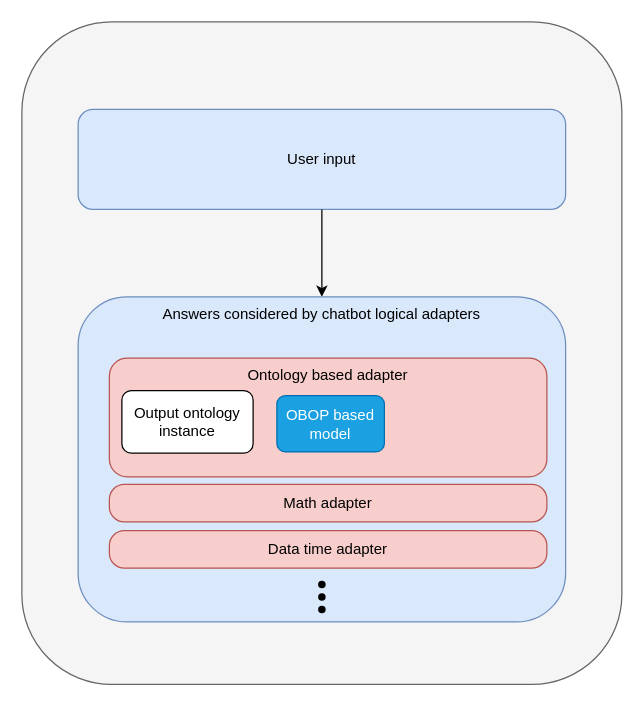
petkorutesic/chatbots_KGSWC-2023 keeps this draw.io diagram as img/architecture.drawio. Above is the earlier version. Source tidied: cells renumbered, new cells numbered last; positions are measured from the earlier drawing's top-left corner, leaving out a move shared by most shapes. Both pictures are drawn from the tidied source at 125%, with x=0, y=0 at pixel (21, 21).
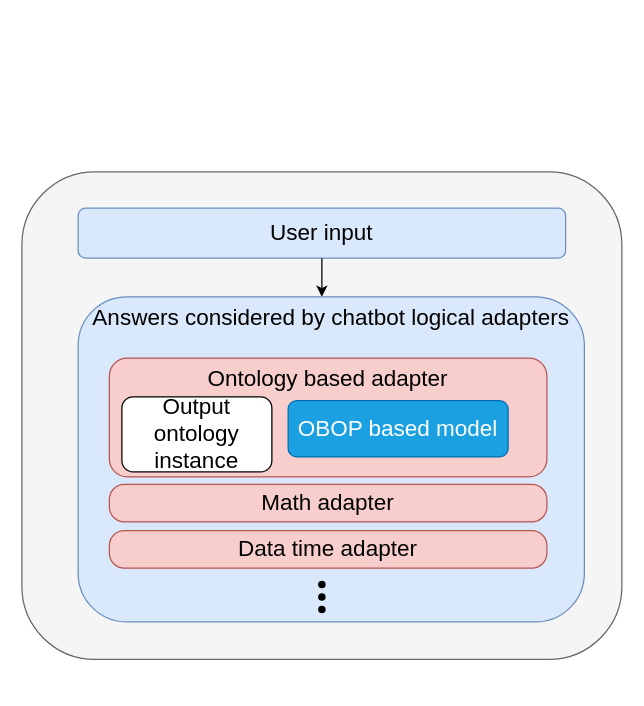
After the change.

Diff of the diagram source:
```diff
@@
 <mxGraphModel>
   <root>
     <mxCell id="0" />
     <mxCell id="1" parent="0" />
     <mxCell id="2" style="rounded=1;whiteSpace=wrap;html=1;fillColor=#f5f5f5;fontColor=#333333;strokeColor=#666666;" parent="1" vertex="1">
-      <mxGeometry width="480" height="530" as="geometry" />
+      <mxGeometry y="120" width="480" height="390" as="geometry" />
     </mxCell>
-    <mxCell id="3" value="User input" style="rounded=1;whiteSpace=wrap;html=1;fillColor=#dae8fc;strokeColor=#6c8ebf;" parent="1" vertex="1">
-      <mxGeometry x="45" y="70" width="390" height="80" as="geometry" />
+    <mxCell id="3" value="&lt;font style=&quot;font-size: 18px;&quot;&gt;User input&lt;/font&gt;" style="rounded=1;whiteSpace=wrap;html=1;fillColor=#dae8fc;strokeColor=#6c8ebf;fontSize=18;" parent="1" vertex="1">
+      <mxGeometry x="45" y="149" width="390" height="40" as="geometry" />
     </mxCell>
     <mxCell id="4" style="endArrow=classic;html=1;rounded=1;" parent="1" edge="1" source="3">
       <mxGeometry relative="1" as="geometry">
         <mxPoint x="240" y="220" as="targetPoint" />
       </mxGeometry>
     </mxCell>
-    <mxCell id="5" value="Answers considered by chatbot logical adapters" style="rounded=1;whiteSpace=wrap;html=1;fillColor=#dae8fc;strokeColor=#6c8ebf;verticalAlign=top;" parent="1" vertex="1">
-      <mxGeometry x="45" y="220" width="390" height="260" as="geometry" />
+    <mxCell id="5" value="&lt;font style=&quot;font-size: 18px;&quot;&gt;Answers considered by chatbot logical adapters&lt;/font&gt;" style="rounded=1;whiteSpace=wrap;html=1;fillColor=#dae8fc;strokeColor=#6c8ebf;verticalAlign=top;" parent="1" vertex="1">
+      <mxGeometry x="45" y="220" width="405" height="260" as="geometry" />
     </mxCell>
-    <mxCell id="6" value="Ontology based adapter" style="rounded=1;whiteSpace=wrap;html=1;fillColor=#f8cecc;strokeColor=#b85450;verticalAlign=top;" parent="1" vertex="1">
+    <mxCell id="6" value="&lt;font style=&quot;font-size: 18px;&quot;&gt;Ontology based adapter&lt;/font&gt;" style="rounded=1;whiteSpace=wrap;html=1;fillColor=#f8cecc;strokeColor=#b85450;verticalAlign=top;" parent="1" vertex="1">
       <mxGeometry x="70" y="269" width="350" height="95" as="geometry" />
     </mxCell>
-    <mxCell id="7" value="Output ontology instance" style="rounded=1;whiteSpace=wrap;html=1;" parent="1" vertex="1">
-      <mxGeometry x="80" y="295" width="105" height="50" as="geometry" />
+    <mxCell id="7" value="&lt;font style=&quot;font-size: 18px;&quot;&gt;Output ontology instance&lt;/font&gt;" style="rounded=1;whiteSpace=wrap;html=1;fontSize=16;" parent="1" vertex="1">
+      <mxGeometry x="80" y="300" width="120" height="60" as="geometry" />
     </mxCell>
-    <mxCell id="8" value="Math adapter" style="rounded=1;whiteSpace=wrap;html=1;fillColor=#f8cecc;strokeColor=#b85450;arcSize=40;" parent="1" vertex="1">
+    <mxCell id="8" value="&lt;font style=&quot;font-size: 18px;&quot;&gt;Math adapter&lt;/font&gt;" style="rounded=1;whiteSpace=wrap;html=1;fillColor=#f8cecc;strokeColor=#b85450;arcSize=40;" parent="1" vertex="1">
       <mxGeometry x="70" y="370" width="350" height="30" as="geometry" />
     </mxCell>
-    <mxCell id="9" value="Data time adapter" style="rounded=1;whiteSpace=wrap;html=1;fillColor=#f8cecc;strokeColor=#b85450;arcSize=40;" parent="1" vertex="1">
+    <mxCell id="9" value="&lt;font style=&quot;font-size: 18px;&quot;&gt;Data time adapter&lt;/font&gt;" style="rounded=1;whiteSpace=wrap;html=1;fillColor=#f8cecc;strokeColor=#b85450;arcSize=40;" parent="1" vertex="1">
       <mxGeometry x="70" y="407" width="350" height="30" as="geometry" />
     </mxCell>
     <mxCell id="10" style="shape=waypoint;fillStyle=solid;size=6;fillColor=none;perimeter=centerPerimeter;rounded=1;" parent="1" vertex="1">
       <mxGeometry x="220" y="430" width="40" height="40" as="geometry" />
     </mxCell>
     <mxCell id="11" style="shape=waypoint;fillStyle=solid;size=6;fillColor=none;perimeter=centerPerimeter;rounded=1;" parent="1" vertex="1">
       <mxGeometry x="220" y="440" width="40" height="40" as="geometry" />
     </mxCell>
     <mxCell id="12" style="shape=waypoint;fillStyle=solid;size=6;fillColor=none;perimeter=centerPerimeter;rounded=1;" parent="1" vertex="1">
       <mxGeometry x="220" y="450" width="40" height="40" as="geometry" />
     </mxCell>
-    <mxCell id="13" value="OBOP based model" style="rounded=1;whiteSpace=wrap;html=1;fillColor=#1ba1e2;strokeColor=#006EAF;fontColor=#ffffff;" parent="1" vertex="1">
-      <mxGeometry x="204" y="299" width="86" height="45" as="geometry" />
+    <mxCell id="13" value="&lt;font style=&quot;font-size: 18px;&quot;&gt;OBOP based model&lt;/font&gt;" style="rounded=1;whiteSpace=wrap;html=1;fillColor=#1ba1e2;strokeColor=#006EAF;fontColor=#ffffff;fontSize=16;" parent="1" vertex="1">
+      <mxGeometry x="213" y="303" width="176" height="45" as="geometry" />
     </mxCell>
   </root>
 </mxGraphModel>
```
